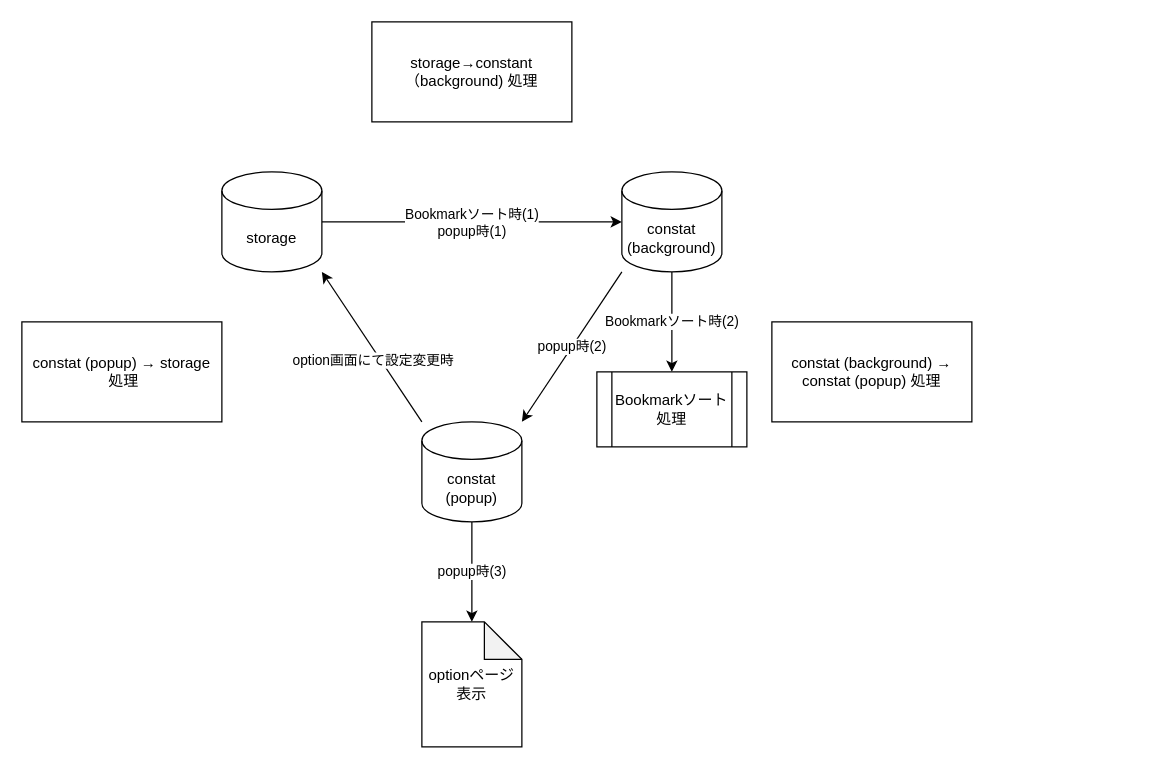
Before: page "storage" (1 of 5) of Smart Bookmark Sorter.drawio in KazinaG/Smart-Bookmark-Sorter, a draw.io diagram. Source tidied: cells renumbered, new cells numbered last; positions are measured from the earlier drawing's top-left corner, leaving out a move shared by most shapes. Both pictures are drawn from the tidied source at 125%, with x=0, y=0 at pixel (21, 21).
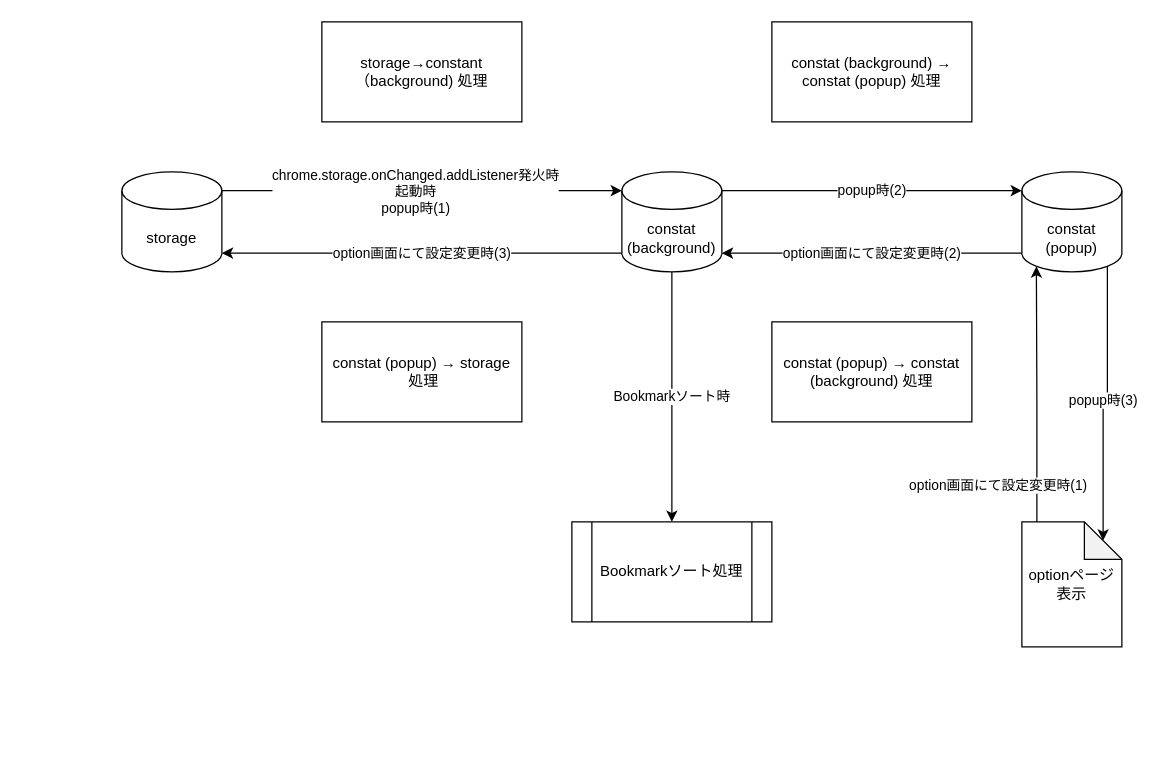
Above is the later version.

The edit, as a diff of the source:
```diff
@@
-    <mxCell id="0" />
-    <mxCell id="1" parent="0" />
+    <mxCell id="17" />
+    <mxCell id="18" parent="17" />
-    <mxCell id="2" style="edgeStyle=orthogonalEdgeStyle;rounded=0;jettySize=auto;html=1;noEdgeStyle=1;orthogonal=1;" parent="1" edge="1" source="4" target="9">
+    <mxCell id="2" style="edgeStyle=orthogonalEdgeStyle;rounded=0;jettySize=auto;html=1;noEdgeStyle=1;orthogonal=1;exitX=1;exitY=0;exitDx=0;exitDy=15;exitPerimeter=0;" parent="18" edge="1" source="4" target="9">
       <mxGeometry relative="1" as="geometry" />
     </mxCell>
-    <mxCell id="3" value="Bookmarkソート時(1)&lt;br&gt;popup時(1)" style="edgeLabel;html=1;align=center;verticalAlign=middle;horizontal=1;" parent="2" vertex="1">
-      <mxGeometry x="-0.14" y="-3" relative="1" as="geometry">
-        <mxPoint x="16" y="-3" as="offset" />
-      </mxGeometry>
-    </mxCell>
+    <mxCell id="19" value="chrome.storage.onChanged.addListener発火時&lt;br&gt;起動時&lt;br&gt;popup時(1)" style="edgeLabel;html=1;align=center;verticalAlign=middle;horizontal=1;" parent="2" vertex="1">
+      <mxGeometry x="-0.14" y="-3" relative="1" as="geometry">
+        <mxPoint x="16" y="-3" as="offset" />
+      </mxGeometry>
+    </mxCell>
-    <mxCell id="4" value="storage" style="shape=cylinder3;whiteSpace=wrap;html=1;boundedLbl=1;backgroundOutline=1;size=15;" parent="1" vertex="1">
-      <mxGeometry x="160" y="120" width="80" height="80" as="geometry" />
+    <mxCell id="4" value="storage" style="shape=cylinder3;whiteSpace=wrap;html=1;boundedLbl=1;backgroundOutline=1;size=15;" parent="18" vertex="1">
+      <mxGeometry x="80" y="120" width="80" height="80" as="geometry" />
     </mxCell>
-    <mxCell id="5" style="edgeStyle=orthogonalEdgeStyle;rounded=0;jettySize=auto;html=1;noEdgeStyle=1;orthogonal=1;" parent="1" edge="1" source="11" target="4">
-      <mxGeometry relative="1" as="geometry" />
-    </mxCell>
-    <mxCell id="6" value="option画面にて設定変更時" style="edgeLabel;html=1;align=center;verticalAlign=middle;horizontal=1;" parent="5" vertex="1">
-      <mxGeometry x="0.36" y="1" relative="1" as="geometry">
-        <mxPoint x="15.2" y="31" as="offset" />
-      </mxGeometry>
-    </mxCell>
+    <mxCell id="20" value="option画面にて設定変更時(2)" style="edgeStyle=orthogonalEdgeStyle;rounded=0;jettySize=auto;html=1;noEdgeStyle=1;orthogonal=1;entryX=1;entryY=1;entryDx=0;entryDy=-15;entryPerimeter=0;" parent="18" edge="1" source="11" target="9">
+      <mxGeometry relative="1" as="geometry" />
+    </mxCell>
-    <mxCell id="7" value="popup時(2)" style="edgeStyle=orthogonalEdgeStyle;rounded=0;jettySize=auto;html=1;noEdgeStyle=1;orthogonal=1;" parent="1" edge="1" source="9" target="11">
+    <mxCell id="7" value="popup時(2)" style="edgeStyle=orthogonalEdgeStyle;rounded=0;jettySize=auto;html=1;noEdgeStyle=1;orthogonal=1;exitX=1;exitY=0;exitDx=0;exitDy=15;exitPerimeter=0;" parent="18" edge="1" source="9" target="11">
       <mxGeometry relative="1" as="geometry" />
     </mxCell>
-    <mxCell id="8" value="Bookmarkソート時(2)" style="edgeStyle=orthogonalEdgeStyle;rounded=0;jettySize=auto;html=1;" parent="1" edge="1" source="9" target="13">
+    <mxCell id="8" value="Bookmarkソート時" style="edgeStyle=orthogonalEdgeStyle;rounded=0;jettySize=auto;html=1;" parent="18" edge="1" source="9" target="13">
       <mxGeometry relative="1" as="geometry" />
     </mxCell>
+    <mxCell id="21" value="option画面にて設定変更時(3)" style="edgeStyle=orthogonalEdgeStyle;rounded=0;jettySize=auto;html=1;entryX=1;entryY=1;entryDx=0;entryDy=-15;entryPerimeter=0;exitX=0;exitY=1;exitDx=0;exitDy=-15;exitPerimeter=0;" parent="18" edge="1" source="9" target="4">
+      <mxGeometry relative="1" as="geometry" />
+    </mxCell>
-    <mxCell id="9" value="constat&lt;br&gt;(background)" style="shape=cylinder3;whiteSpace=wrap;html=1;boundedLbl=1;backgroundOutline=1;size=15;" parent="1" vertex="1">
+    <mxCell id="9" value="constat&lt;br&gt;(background)" style="shape=cylinder3;whiteSpace=wrap;html=1;boundedLbl=1;backgroundOutline=1;size=15;" parent="18" vertex="1">
       <mxGeometry x="480" y="120" width="80" height="80" as="geometry" />
     </mxCell>
-    <mxCell id="10" value="popup時(3)" style="edgeStyle=orthogonalEdgeStyle;rounded=0;jettySize=auto;html=1;" parent="1" edge="1" source="11" target="12">
+    <mxCell id="10" value="popup時(3)" style="edgeStyle=orthogonalEdgeStyle;rounded=0;jettySize=auto;html=1;exitX=0.855;exitY=1;exitDx=0;exitDy=-4.35;exitPerimeter=0;entryX=0;entryY=0;entryDx=65;entryDy=15;entryPerimeter=0;" parent="18" edge="1" source="11" target="12">
       <mxGeometry relative="1" as="geometry" />
     </mxCell>
-    <mxCell id="11" value="constat&lt;br&gt;(popup)" style="shape=cylinder3;whiteSpace=wrap;html=1;boundedLbl=1;backgroundOutline=1;size=15;" parent="1" vertex="1">
-      <mxGeometry x="320" y="320" width="80" height="80" as="geometry" />
+    <mxCell id="11" value="constat&lt;br&gt;(popup)" style="shape=cylinder3;whiteSpace=wrap;html=1;boundedLbl=1;backgroundOutline=1;size=15;" parent="18" vertex="1">
+      <mxGeometry x="800" y="120" width="80" height="80" as="geometry" />
     </mxCell>
+    <mxCell id="22" value="option画面にて設定変更時(1)" style="edgeStyle=orthogonalEdgeStyle;rounded=0;jettySize=auto;html=1;entryX=0.145;entryY=1;entryDx=0;entryDy=-4.35;entryPerimeter=0;exitX=0.15;exitY=0.01;exitDx=0;exitDy=0;exitPerimeter=0;" parent="18" edge="1" source="12" target="11">
+      <mxGeometry x="-0.7" y="32" relative="1" as="geometry">
+        <mxPoint x="1" y="1" as="offset" />
+      </mxGeometry>
+    </mxCell>
-    <mxCell id="12" value="optionページ表示" style="shape=note;whiteSpace=wrap;html=1;backgroundOutline=1;darkOpacity=0.05;" parent="1" vertex="1">
-      <mxGeometry x="320" y="480" width="80" height="100" as="geometry" />
+    <mxCell id="12" value="optionページ表示" style="shape=note;whiteSpace=wrap;html=1;backgroundOutline=1;darkOpacity=0.05;" parent="18" vertex="1">
+      <mxGeometry x="800" y="400" width="80" height="100" as="geometry" />
     </mxCell>
-    <mxCell id="13" value="Bookmarkソート処理" style="shape=process;whiteSpace=wrap;html=1;backgroundOutline=1;" parent="1" vertex="1">
-      <mxGeometry x="460" y="280" width="120" height="60" as="geometry" />
+    <mxCell id="13" value="Bookmarkソート処理" style="shape=process;whiteSpace=wrap;html=1;backgroundOutline=1;" parent="18" vertex="1">
+      <mxGeometry x="440" y="400" width="160" height="80" as="geometry" />
     </mxCell>
-    <mxCell id="14" value="storage→constant（background) 処理" style="rounded=0;whiteSpace=wrap;html=1;" parent="1" vertex="1">
-      <mxGeometry x="280" width="160" height="80" as="geometry" />
+    <mxCell id="14" value="storage→constant（background) 処理" style="rounded=0;whiteSpace=wrap;html=1;" parent="18" vertex="1">
+      <mxGeometry x="240" width="160" height="80" as="geometry" />
     </mxCell>
-    <mxCell id="15" value="constat (background) → constat (popup) 処理" style="rounded=0;whiteSpace=wrap;html=1;" parent="1" vertex="1">
-      <mxGeometry x="600" y="240" width="160" height="80" as="geometry" />
+    <mxCell id="15" value="constat (background) → constat (popup) 処理" style="rounded=0;whiteSpace=wrap;html=1;" parent="18" vertex="1">
+      <mxGeometry x="600" width="160" height="80" as="geometry" />
     </mxCell>
-    <mxCell id="16" value="constat (popup)&amp;nbsp;→&amp;nbsp;storage&lt;br&gt;&amp;nbsp;処理" style="rounded=0;whiteSpace=wrap;html=1;" parent="1" vertex="1">
-      <mxGeometry y="240" width="160" height="80" as="geometry" />
+    <mxCell id="16" value="constat (popup)&amp;nbsp;→&amp;nbsp;storage&lt;br&gt;&amp;nbsp;処理" style="rounded=0;whiteSpace=wrap;html=1;" parent="18" vertex="1">
+      <mxGeometry x="240" y="240" width="160" height="80" as="geometry" />
     </mxCell>
+    <mxCell id="23" value="constat (popup) → constat (background) 処理" style="rounded=0;whiteSpace=wrap;html=1;" parent="18" vertex="1">
+      <mxGeometry x="600" y="240" width="160" height="80" as="geometry" />
+    </mxCell>
```
